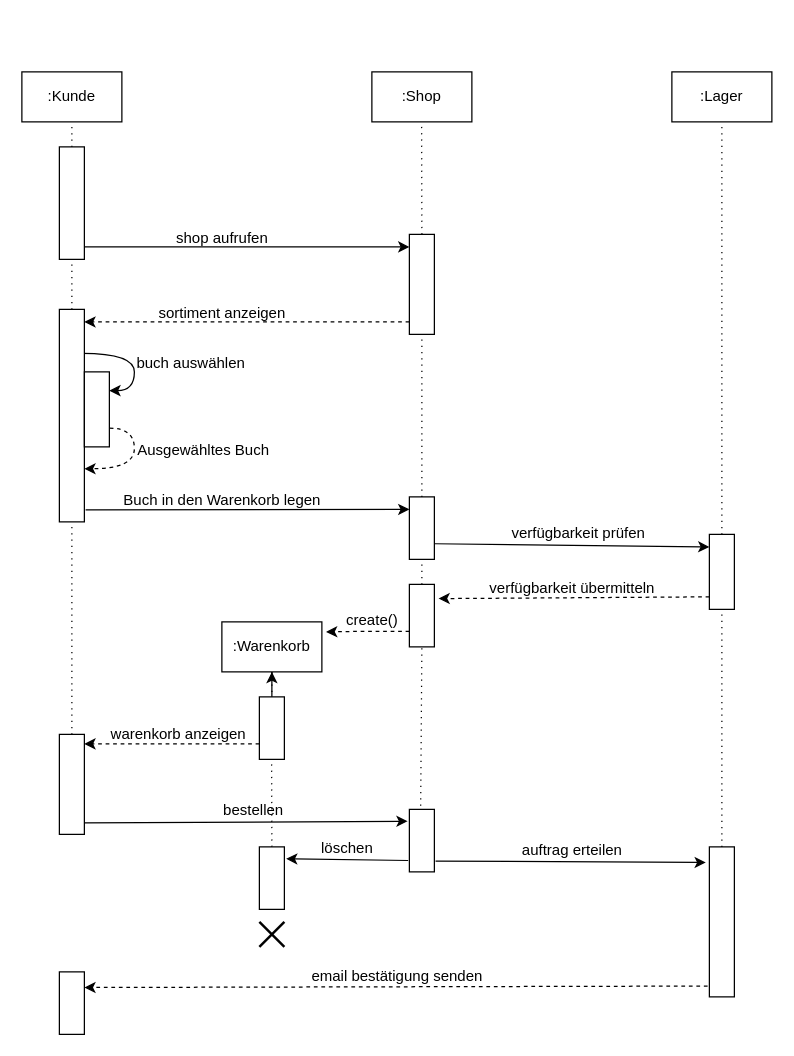
The draw.io diagram Sequenzdiagramm.drawio in isjxn/drawio, before the edit. Source tidied: cells renumbered, new cells numbered last; positions are measured from the earlier drawing's top-left corner, leaving out a move shared by most shapes. Both pictures are drawn from the tidied source at 125%, with x=0, y=0 at pixel (21, 71).
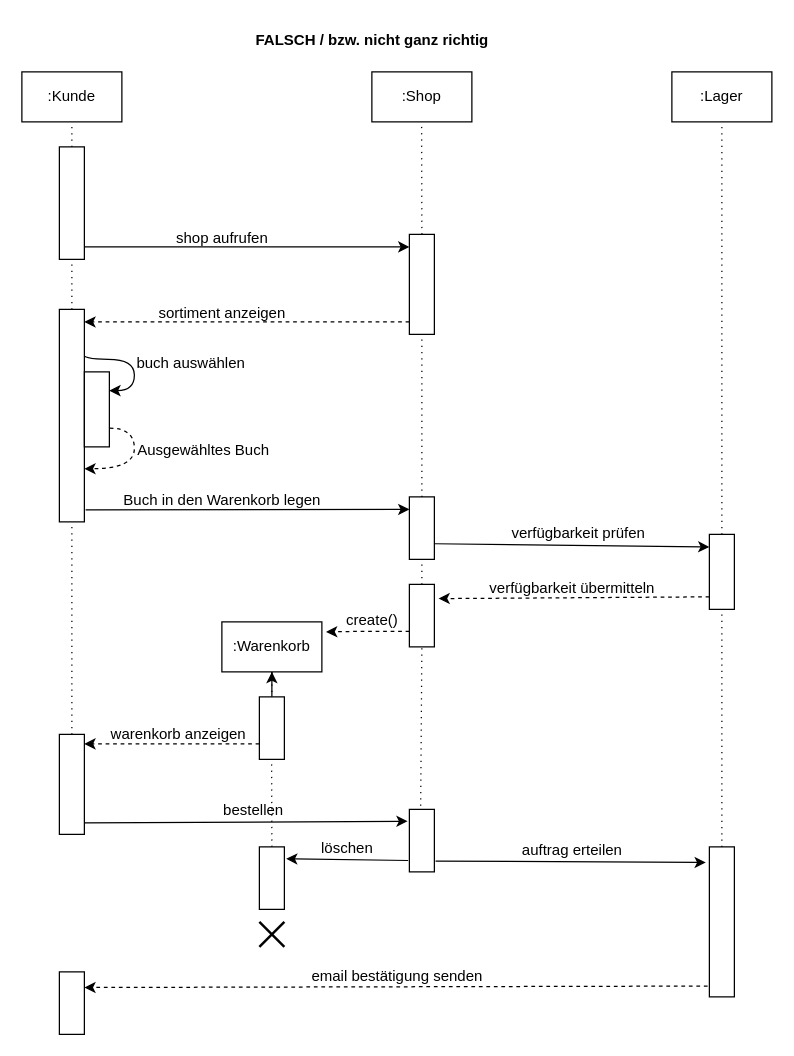
Above is the later version.

Unchanged cells that the change refers to:
```xml
<mxCell id="11" style="rounded=0;whiteSpace=wrap;html=1;" parent="1" vertex="1">
  <mxGeometry x="30" y="190" width="20" height="170" as="geometry" />
</mxCell>
<mxCell id="15" style="rounded=0;whiteSpace=wrap;html=1;" parent="1" vertex="1">
  <mxGeometry x="50" y="240" width="20" height="60" as="geometry" />
</mxCell>
```

Diff of the diagram source:
```diff
@@
     <mxCell id="10" style="edgeStyle=orthogonalEdgeStyle;rounded=0;jettySize=auto;html=1;exitX=0.91;exitY=0.207;exitDx=0;exitDy=0;entryX=1;entryY=0.25;entryDx=0;entryDy=0;curved=1;exitPerimeter=0;" parent="1" edge="1" source="11" target="15">
       <mxGeometry relative="1" as="geometry">
         <Array as="points">
-          <mxPoint x="90" y="225" />
+          <mxPoint x="48" y="230" />
+          <mxPoint x="90" y="230" />
           <mxPoint x="90" y="255" />
         </Array>
       </mxGeometry>
     </mxCell>
@@
+    <mxCell id="59" value="&lt;b&gt;&lt;span style=&quot;color: light-dark(rgb(0, 0, 0), rgb(255, 0, 0));&quot;&gt;FALSCH / bzw. nicht ganz richtig&lt;/span&gt;&lt;/b&gt;" style="text;html=1;align=center;verticalAlign=middle;whiteSpace=wrap;rounded=0;" parent="1" vertex="1">
+      <mxGeometry x="127.5" y="-40" width="305" height="30" as="geometry" />
+    </mxCell>
```
